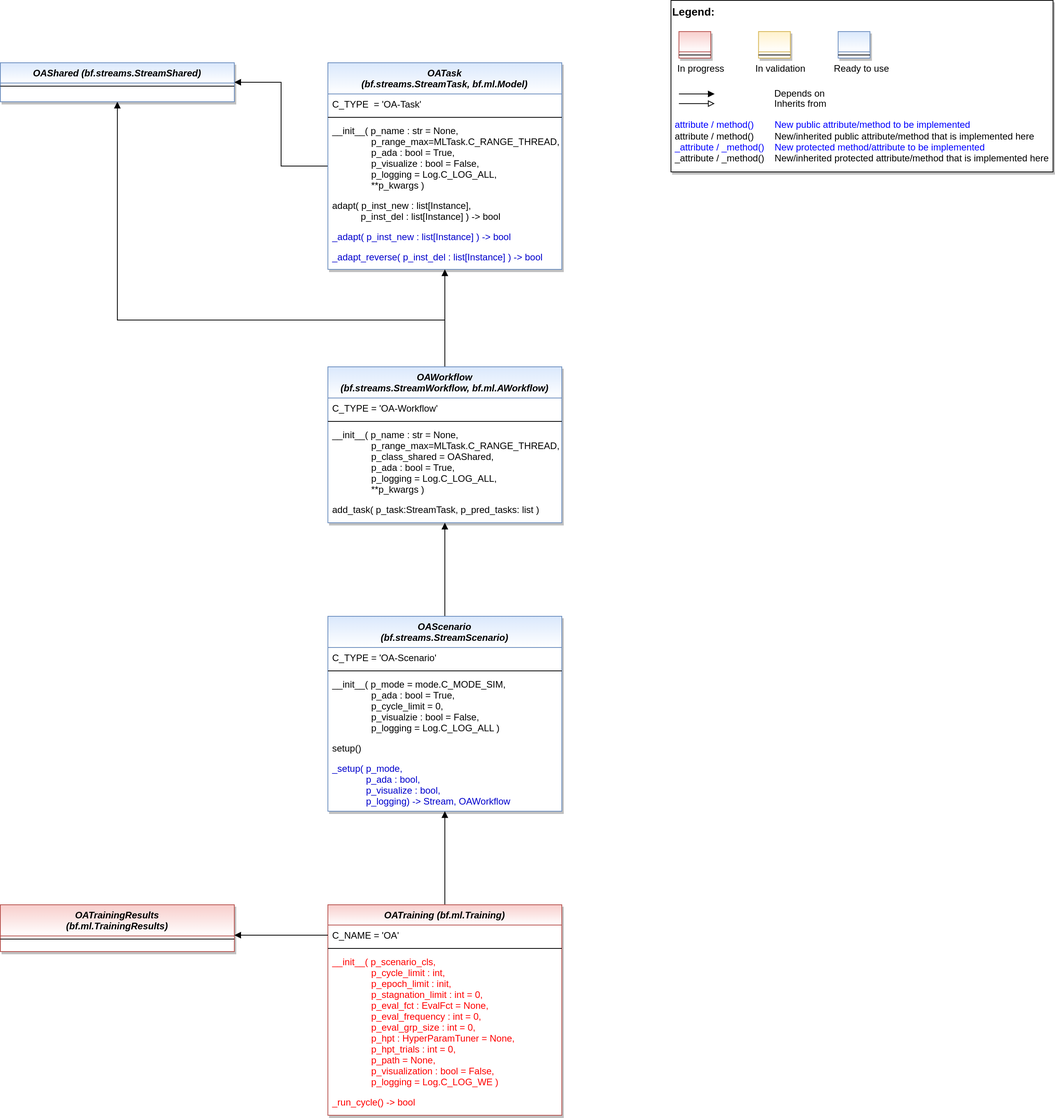
The draw.io diagram doc/rtd/content/04_appendices/appendix2/sub/core/mlpro_oa/streams/images/MLPro-OA-Stream-Processing_class_diagram.drawio.png in fhswf/MLPro, before a commit. Source tidied: cells renumbered, new cells last; positions are measured from the earlier drawing's top-left corner, leaving out a move shared by most shapes.
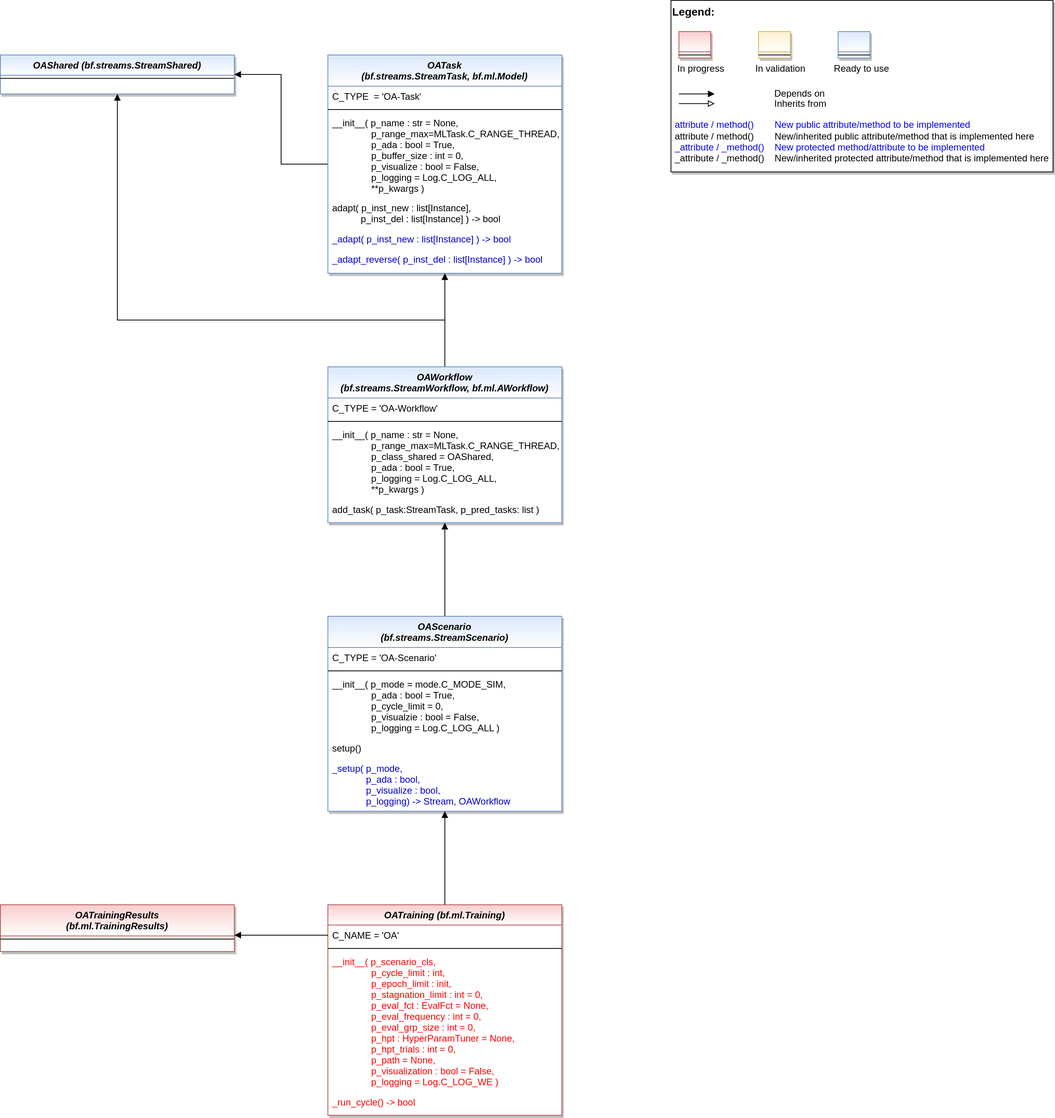
Later version of the same file.

Diff of the diagram source:
```diff
@@ -6,7 +6,7 @@
       <mxGeometry relative="1" as="geometry" />
     </mxCell>
     <mxCell id="3" value="OATask &#10;(bf.streams.StreamTask, bf.ml.Model)" style="swimlane;fontStyle=3;align=center;verticalAlign=top;horizontal=1;startSize=40;rounded=0;shadow=1;strokeWidth=1;fillColor=#dae8fc;strokeColor=#6c8ebf;swimlaneFillColor=#ffffff;gradientColor=#FFFFFF;" parent="1" vertex="1">
-      <mxGeometry x="420" y="80" width="300" height="265" as="geometry" />
+      <mxGeometry x="420" y="70" width="300" height="280" as="geometry" />
     </mxCell>
     <mxCell id="4" value="C_TYPE  = 'OA-Task'" style="text;align=left;verticalAlign=top;spacingLeft=4;spacingRight=4;overflow=hidden;" parent="3" vertex="1">
       <mxGeometry y="40" width="300" height="26" as="geometry" />
@@ -14,17 +14,17 @@
     <mxCell id="5" style="line;html=1;strokeWidth=1;align=left;verticalAlign=middle;spacingTop=-1;spacingLeft=3;spacingRight=3;labelPosition=right;" parent="3" vertex="1">
       <mxGeometry y="66" width="300" height="8" as="geometry" />
     </mxCell>
-    <mxCell id="6" value="__init__( p_name : str = None,&#10;               p_range_max=MLTask.C_RANGE_THREAD,&#10;               p_ada : bool = True,&#10;               p_visualize : bool = False,&#10;               p_logging = Log.C_LOG_ALL,&#10;               **p_kwargs )" style="text;align=left;verticalAlign=top;spacingLeft=4;spacingRight=4;overflow=hidden;fontColor=default;" parent="3" vertex="1">
-      <mxGeometry y="74" width="300" height="96" as="geometry" />
+    <mxCell id="6" value="__init__( p_name : str = None,&#10;               p_range_max=MLTask.C_RANGE_THREAD,&#10;               p_ada : bool = True,&#10;               p_buffer_size : int = 0,&#10;               p_visualize : bool = False,&#10;               p_logging = Log.C_LOG_ALL,&#10;               **p_kwargs )" style="text;align=left;verticalAlign=top;spacingLeft=4;spacingRight=4;overflow=hidden;fontColor=default;" parent="3" vertex="1">
+      <mxGeometry y="74" width="300" height="109" as="geometry" />
     </mxCell>
     <mxCell id="7" value="adapt( p_inst_new : list[Instance],&#10;           p_inst_del : list[Instance] ) -&gt; bool" style="text;align=left;verticalAlign=top;spacingLeft=4;spacingRight=4;overflow=hidden;fontColor=default;" parent="3" vertex="1">
-      <mxGeometry y="170" width="300" height="40" as="geometry" />
+      <mxGeometry y="183" width="300" height="40" as="geometry" />
     </mxCell>
     <mxCell id="8" value="_adapt( p_inst_new : list[Instance] ) -&gt; bool" style="text;align=left;verticalAlign=top;spacingLeft=4;spacingRight=4;overflow=hidden;fontColor=#0000CC;" parent="3" vertex="1">
-      <mxGeometry y="210" width="300" height="26" as="geometry" />
+      <mxGeometry y="223" width="300" height="26" as="geometry" />
     </mxCell>
     <mxCell id="9" value="_adapt_reverse( p_inst_del : list[Instance] ) -&gt; bool" style="text;align=left;verticalAlign=top;spacingLeft=4;spacingRight=4;overflow=hidden;fontColor=#0000CC;" parent="3" vertex="1">
-      <mxGeometry y="236" width="300" height="26" as="geometry" />
+      <mxGeometry y="249" width="300" height="26" as="geometry" />
     </mxCell>
     <mxCell id="10" style="group;" parent="1" vertex="1">
       <mxGeometry x="860" width="490" height="220" as="geometry" />
@@ -139,7 +139,7 @@
       <mxGeometry y="40" width="300" height="8" as="geometry" />
     </mxCell>
     <mxCell id="42" value="OAShared (bf.streams.StreamShared)" style="swimlane;fontStyle=3;align=center;verticalAlign=top;horizontal=1;startSize=26;rounded=0;shadow=1;strokeWidth=1;fillColor=#dae8fc;strokeColor=#6c8ebf;swimlaneFillColor=#ffffff;gradientColor=#FFFFFF;" parent="1" vertex="1">
-      <mxGeometry y="80" width="300" height="50" as="geometry" />
+      <mxGeometry y="70" width="300" height="50" as="geometry" />
     </mxCell>
     <mxCell id="43" style="line;html=1;strokeWidth=1;align=left;verticalAlign=middle;spacingTop=-1;spacingLeft=3;spacingRight=3;labelPosition=right;" parent="42" vertex="1">
       <mxGeometry y="26" width="300" height="8" as="geometry" />
```
